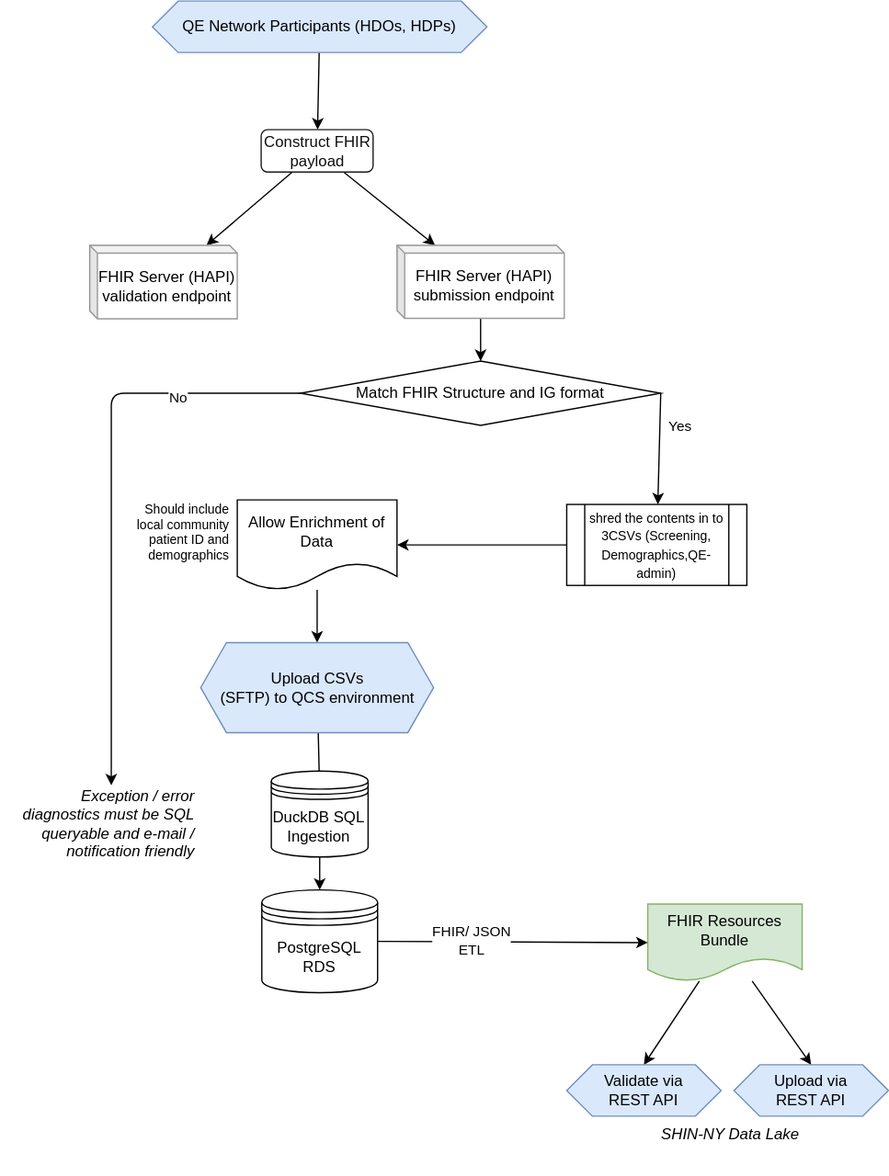
Earlier version of the draw.io export support/docs/fhir-expanded.drawio.svg (qe-collaborative-services/1115-hub). Source tidied: cells renumbered, new cells last; positions are measured from the earlier drawing's top-left corner, leaving out a move shared by most shapes.
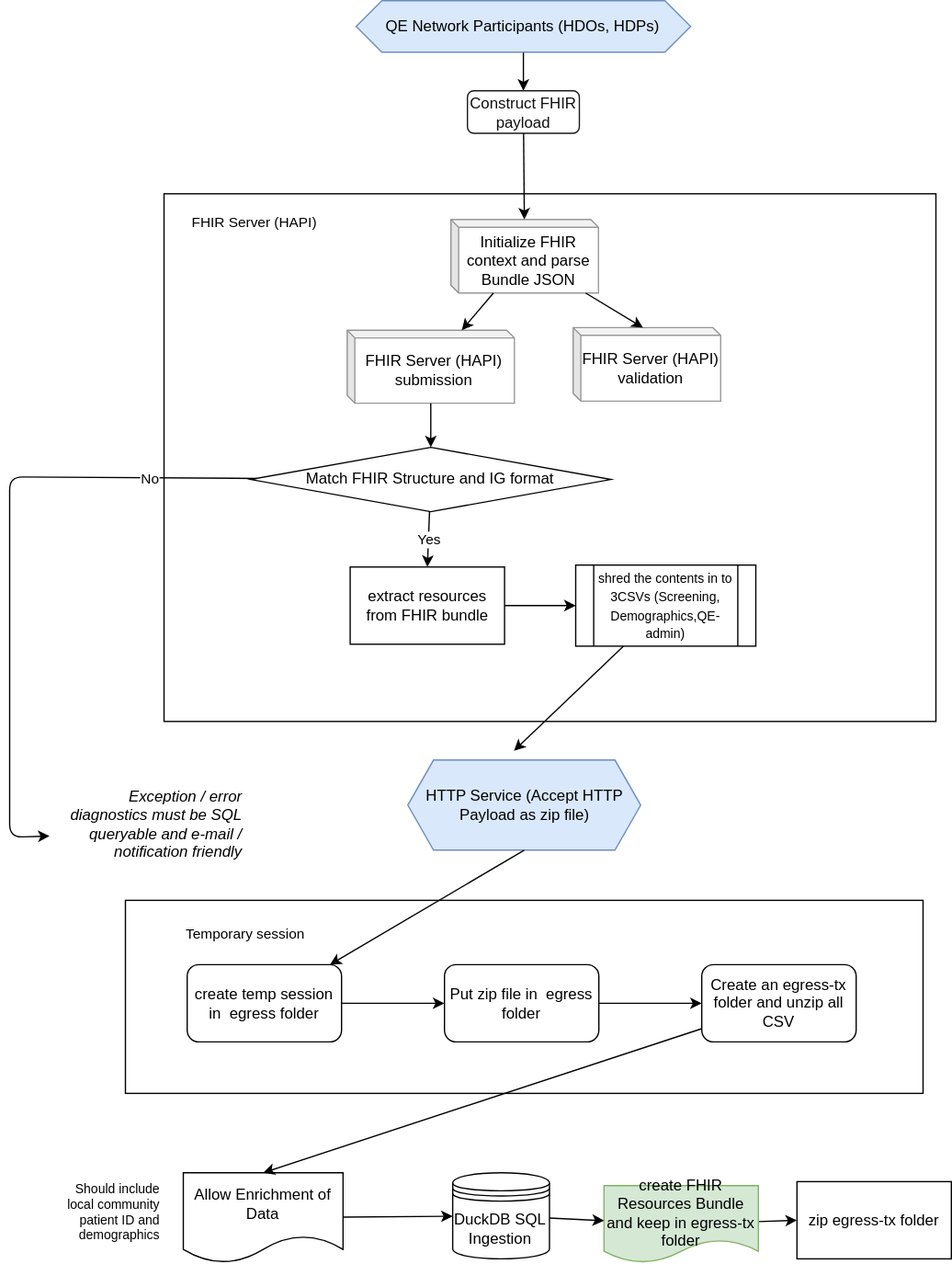
Above is the later version.

Commit message:
docs: update diagrams and expand FHIR flow

Change to the diagram source:
```diff
@@ -2,114 +2,133 @@
   <root>
     <mxCell id="0" />
     <mxCell id="1" parent="0" />
-    <mxCell id="2" style="edgeStyle=none;html=1;entryX=0.5;entryY=0;entryDx=0;entryDy=0;fontColor=#000000;" parent="1" edge="1" source="4" target="8">
-      <mxGeometry relative="1" as="geometry" />
-    </mxCell>
-    <mxCell id="3" style="edgeStyle=none;html=1;entryX=0.5;entryY=0;entryDx=0;entryDy=0;strokeColor=#000000;fontColor=#999999;" parent="1" edge="1" source="4" target="14">
-      <mxGeometry relative="1" as="geometry" />
-    </mxCell>
+    <mxCell id="34" style="edgeStyle=none;html=1;entryX=0;entryY=0.5;entryDx=0;entryDy=0;" parent="1" edge="1" source="4" target="55">
+      <mxGeometry relative="1" as="geometry" />
+    </mxCell>
-    <mxCell id="4" value="FHIR Resources Bundle" style="shape=document;whiteSpace=wrap;html=1;boundedLbl=1;fillColor=#d5e8d4;strokeColor=#82b366;" parent="1" vertex="1">
-      <mxGeometry x="503" y="702.3" width="120" height="60" as="geometry" />
+    <mxCell id="4" value="create FHIR Resources Bundle and keep in egress-tx folder" style="shape=document;whiteSpace=wrap;html=1;boundedLbl=1;fillColor=#d5e8d4;strokeColor=#82b366;" parent="1" vertex="1">
+      <mxGeometry x="422" y="900.7" width="120" height="60" as="geometry" />
     </mxCell>
-    <mxCell id="5" style="edgeStyle=none;html=1;entryX=0;entryY=0.5;entryDx=0;entryDy=0;fontColor=#000000;exitX=1;exitY=0.5;exitDx=0;exitDy=0;" parent="1" edge="1" source="7" target="4">
-      <mxGeometry relative="1" as="geometry" />
-    </mxCell>
-    <mxCell id="6" value="FHIR/ JSON&lt;br&gt;ETL" style="edgeLabel;html=1;align=center;verticalAlign=middle;fontColor=#000000;" parent="5" vertex="1">
-      <mxGeometry x="-0.53" y="-2" relative="1" as="geometry">
-        <mxPoint x="23" y="-3" as="offset" />
-      </mxGeometry>
-    </mxCell>
-    <mxCell id="7" value="PostgreSQL RDS" style="shape=datastore;whiteSpace=wrap;html=1;" parent="1" vertex="1">
-      <mxGeometry x="203" y="691.3" width="90" height="80" as="geometry" />
-    </mxCell>
-    <mxCell id="8" value="Validate via&lt;br&gt;REST API" style="shape=hexagon;perimeter=hexagonPerimeter2;whiteSpace=wrap;html=1;fixedSize=1;fillColor=#dae8fc;strokeColor=#6c8ebf;" parent="1" vertex="1">
-      <mxGeometry x="440" y="827.3" width="120" height="40" as="geometry" />
-    </mxCell>
-    <mxCell id="9" style="edgeStyle=none;html=1;" parent="1" edge="1" source="10" target="19">
-      <mxGeometry relative="1" as="geometry" />
-    </mxCell>
-    <mxCell id="10" value="Allow Enrichment of Data" style="shape=document;whiteSpace=wrap;html=1;boundedLbl=1;" parent="1" vertex="1">
-      <mxGeometry x="183.9" y="388" width="124.2" height="70" as="geometry" />
-    </mxCell>
-    <mxCell id="11" style="edgeStyle=none;html=1;fontColor=#000000;" parent="1" edge="1" target="7">
-      <mxGeometry relative="1" as="geometry">
-        <mxPoint x="248" y="646.3" as="sourcePoint" />
-      </mxGeometry>
-    </mxCell>
     <mxCell id="12" style="edgeStyle=none;html=1;" parent="1" edge="1" source="13" target="22">
       <mxGeometry relative="1" as="geometry" />
     </mxCell>
     <mxCell id="13" value="QE Network Participants (HDOs, HDPs)" style="shape=hexagon;perimeter=hexagonPerimeter2;whiteSpace=wrap;html=1;fixedSize=1;fillColor=#dae8fc;strokeColor=#6c8ebf;" parent="1" vertex="1">
-      <mxGeometry x="118" width="260" height="40" as="geometry" />
+      <mxGeometry x="229.4" y="-20" width="260" height="40" as="geometry" />
     </mxCell>
-    <mxCell id="14" value="Upload via&lt;br&gt;REST API" style="shape=hexagon;perimeter=hexagonPerimeter2;whiteSpace=wrap;html=1;fixedSize=1;fillColor=#dae8fc;strokeColor=#6c8ebf;" parent="1" vertex="1">
-      <mxGeometry x="570" y="827.3" width="120" height="40" as="geometry" />
-    </mxCell>
     <mxCell id="15" value="&lt;span style=&quot;&quot;&gt;Exception / error diagnostics must be SQL queryable and e-mail / notification friendly&lt;/span&gt;" style="text;html=1;strokeColor=none;fillColor=none;align=right;verticalAlign=middle;whiteSpace=wrap;rounded=0;fontStyle=2;" parent="1" vertex="1">
-      <mxGeometry y="610" width="153" height="60" as="geometry" />
+      <mxGeometry x="-10" y="590" width="153" height="60" as="geometry" />
     </mxCell>
+    <mxCell id="19" value="HTTP Service (Accept HTTP Payload as zip file)" style="shape=hexagon;perimeter=hexagonPerimeter2;whiteSpace=wrap;html=1;fixedSize=1;fillColor=#dae8fc;strokeColor=#6c8ebf;" parent="1" vertex="1">
+      <mxGeometry x="269.5" y="570" width="181" height="70" as="geometry" />
+    </mxCell>
+    <mxCell id="22" value="&lt;font color=&quot;#100f0f&quot;&gt;Construct FHIR payload&lt;/font&gt;" style="rounded=1;whiteSpace=wrap;html=1;fontColor=#999999;strokeColor=#1d1b1b;" parent="1" vertex="1">
+      <mxGeometry x="315.9" y="50" width="87" height="33" as="geometry" />
+    </mxCell>
+    <mxCell id="35" style="html=1;whiteSpace=wrap;" parent="1" vertex="1">
+      <mxGeometry x="80" y="130" width="600" height="410" as="geometry" />
+    </mxCell>
+    <mxCell id="28" value="&lt;font color=&quot;#000000&quot;&gt;FHIR Server (HAPI) submission&lt;/font&gt;" style="shape=cube;whiteSpace=wrap;html=1;boundedLbl=1;backgroundOutline=1;darkOpacity=0.05;darkOpacity2=0.1;strokeColor=#999999;fontColor=#999999;size=6;" parent="35" vertex="1">
+      <mxGeometry x="142.3" y="106" width="130" height="56.8" as="geometry" />
+    </mxCell>
+    <mxCell id="23" value="&lt;font color=&quot;#000000&quot;&gt;FHIR Server (HAPI) validation&lt;/font&gt;" style="shape=cube;whiteSpace=wrap;html=1;boundedLbl=1;backgroundOutline=1;darkOpacity=0.05;darkOpacity2=0.1;strokeColor=#999999;fontColor=#999999;size=6;" parent="35" vertex="1">
+      <mxGeometry x="318" y="104" width="114.7" height="57.1" as="geometry" />
+    </mxCell>
+    <mxCell id="31" value="Match FHIR Structure and IG format" style="rhombus;whiteSpace=wrap;html=1;" parent="35" vertex="1">
+      <mxGeometry x="67.3" y="197" width="280" height="50" as="geometry" />
+    </mxCell>
+    <mxCell id="27" style="edgeStyle=none;html=1;" parent="35" edge="1" source="28" target="31">
+      <mxGeometry relative="1" as="geometry" />
+    </mxCell>
+    <mxCell id="25" value="&lt;span style=&quot;font-size: 10px; text-align: right;&quot;&gt;shred the contents in to 3CSVs (Screening, Demographics,QE-admin)&lt;/span&gt;" style="shape=process;whiteSpace=wrap;html=1;backgroundOutline=1;" parent="35" vertex="1">
+      <mxGeometry x="320" y="288.5" width="140" height="63" as="geometry" />
+    </mxCell>
+    <mxCell id="33" value="Yes" style="edgeStyle=none;html=1;entryX=0.5;entryY=0;entryDx=0;entryDy=0;" parent="35" edge="1" source="31" target="38">
+      <mxGeometry relative="1" as="geometry" />
+    </mxCell>
+    <mxCell id="36" value="FHIR Server (HAPI)" style="edgeLabel;html=1;align=center;verticalAlign=middle;fontColor=#000000;" parent="35" vertex="1">
+      <mxGeometry x="-10" y="300" as="geometry">
+        <mxPoint x="80" y="-278" as="offset" />
+      </mxGeometry>
+    </mxCell>
+    <mxCell id="37" style="edgeStyle=none;html=1;" parent="35" edge="1" source="38" target="25">
+      <mxGeometry relative="1" as="geometry" />
+    </mxCell>
+    <mxCell id="38" value="extract resources from FHIR bundle" style="rounded=0;whiteSpace=wrap;html=1;" parent="35" vertex="1">
+      <mxGeometry x="144.7" y="290" width="120" height="60" as="geometry" />
+    </mxCell>
+    <mxCell id="39" value="&lt;font color=&quot;#000000&quot;&gt;Initialize FHIR context and parse Bundle JSON&lt;/font&gt;" style="shape=cube;whiteSpace=wrap;html=1;boundedLbl=1;backgroundOutline=1;darkOpacity=0.05;darkOpacity2=0.1;strokeColor=#999999;fontColor=#999999;size=6;" parent="35" vertex="1">
+      <mxGeometry x="223" y="20" width="114.7" height="57.1" as="geometry" />
+    </mxCell>
+    <mxCell id="40" style="edgeStyle=none;html=1;entryX=0;entryY=0;entryDx=54.35;entryDy=0;entryPerimeter=0;" parent="35" edge="1" source="39" target="23">
+      <mxGeometry relative="1" as="geometry" />
+    </mxCell>
+    <mxCell id="41" style="edgeStyle=none;html=1;" parent="35" edge="1" source="39" target="28">
+      <mxGeometry relative="1" as="geometry" />
+    </mxCell>
+    <mxCell id="42" style="edgeStyle=none;html=1;entryX=0.007;entryY=0.65;entryDx=0;entryDy=0;entryPerimeter=0;" parent="1" edge="1" source="31" target="15">
+      <mxGeometry relative="1" as="geometry">
+        <Array as="points">
+          <mxPoint x="-40" y="350" />
+          <mxPoint x="-40" y="630" />
+        </Array>
+      </mxGeometry>
+    </mxCell>
+    <mxCell id="30" value="No" style="edgeLabel;html=1;align=center;verticalAlign=middle;" parent="42" vertex="1">
+      <mxGeometry x="-0.67" y="1" relative="1" as="geometry" />
+    </mxCell>
+    <mxCell id="43" style="edgeStyle=none;html=1;entryX=0.556;entryY=-0.029;entryDx=0;entryDy=0;entryPerimeter=0;" parent="1" edge="1" source="25">
+      <mxGeometry relative="1" as="geometry">
+        <mxPoint x="352" y="562.8" as="targetPoint" />
+      </mxGeometry>
+    </mxCell>
+    <mxCell id="44" style="edgeStyle=none;html=1;" parent="1" edge="1" source="22" target="39">
+      <mxGeometry relative="1" as="geometry" />
+    </mxCell>
+    <mxCell id="45" style="html=1;whiteSpace=wrap;" parent="1" vertex="1">
+      <mxGeometry x="50" y="679" width="620" height="150" as="geometry" />
+    </mxCell>
+    <mxCell id="46" value="Temporary session" style="edgeLabel;html=1;align=center;verticalAlign=middle;fontColor=#000000;" parent="45" vertex="1">
+      <mxGeometry x="350" y="408.5" as="geometry">
+        <mxPoint x="-257" y="-383" as="offset" />
+      </mxGeometry>
+    </mxCell>
+    <mxCell id="47" style="edgeStyle=none;html=1;" parent="45" edge="1" source="48" target="50">
+      <mxGeometry relative="1" as="geometry" />
+    </mxCell>
+    <mxCell id="48" value="create temp session in&amp;nbsp; egress folder&amp;nbsp;" style="rounded=1;whiteSpace=wrap;html=1;" parent="45" vertex="1">
+      <mxGeometry x="48" y="50" width="120" height="60" as="geometry" />
+    </mxCell>
+    <mxCell id="49" style="edgeStyle=none;html=1;" parent="45" edge="1" source="50" target="51">
+      <mxGeometry relative="1" as="geometry" />
+    </mxCell>
+    <mxCell id="50" value="Put zip file in&amp;nbsp; egress folder" style="whiteSpace=wrap;html=1;rounded=1;" parent="45" vertex="1">
+      <mxGeometry x="248" y="50" width="120" height="60" as="geometry" />
+    </mxCell>
+    <mxCell id="51" value="Create an egress-tx folder and unzip all CSV" style="whiteSpace=wrap;html=1;rounded=1;" parent="45" vertex="1">
+      <mxGeometry x="448" y="50" width="120" height="60" as="geometry" />
+    </mxCell>
+    <mxCell id="52" style="edgeStyle=none;html=1;" parent="1" edge="1" source="10" target="32">
+      <mxGeometry relative="1" as="geometry" />
+    </mxCell>
+    <mxCell id="10" value="Allow Enrichment of Data" style="shape=document;whiteSpace=wrap;html=1;boundedLbl=1;" parent="1" vertex="1">
+      <mxGeometry x="95" y="890.7" width="124.2" height="70" as="geometry" />
+    </mxCell>
     <mxCell id="16" value="Should include local community patient ID and demographics" style="text;html=1;strokeColor=none;fillColor=none;align=right;verticalAlign=middle;whiteSpace=wrap;rounded=0;fontColor=#000000;fontSize=10;" parent="1" vertex="1">
-      <mxGeometry x="93" y="373.1" width="87" height="79.7" as="geometry" />
+      <mxGeometry x="-8" y="881" width="87" height="79.7" as="geometry" />
     </mxCell>
-    <mxCell id="17" value="&lt;span style=&quot;&quot;&gt;SHIN-NY Data Lake&lt;/span&gt;" style="text;html=1;strokeColor=none;fillColor=none;align=right;verticalAlign=middle;whiteSpace=wrap;rounded=0;fontStyle=2;" parent="1" vertex="1">
-      <mxGeometry x="470" y="852.3" width="153" height="60" as="geometry" />
-    </mxCell>
-    <mxCell id="18" style="edgeStyle=none;html=1;entryX=0.5;entryY=0;entryDx=0;entryDy=0;" parent="1" edge="1" source="19">
-      <mxGeometry relative="1" as="geometry">
-        <mxPoint x="248" y="616.3" as="targetPoint" />
-      </mxGeometry>
-    </mxCell>
-    <mxCell id="19" value="Upload CSVs&lt;br&gt;(SFTP) to QCS environment" style="shape=hexagon;perimeter=hexagonPerimeter2;whiteSpace=wrap;html=1;fixedSize=1;fillColor=#dae8fc;strokeColor=#6c8ebf;" parent="1" vertex="1">
-      <mxGeometry x="155.5" y="499" width="181" height="70" as="geometry" />
-    </mxCell>
-    <mxCell id="20" style="edgeStyle=none;html=1;" parent="1" edge="1" source="22" target="23">
-      <mxGeometry relative="1" as="geometry" />
-    </mxCell>
-    <mxCell id="21" style="edgeStyle=none;html=1;" parent="1" edge="1" source="22" target="28">
-      <mxGeometry relative="1" as="geometry" />
-    </mxCell>
-    <mxCell id="22" value="&lt;font color=&quot;#100f0f&quot;&gt;Construct FHIR payload&lt;/font&gt;" style="rounded=1;whiteSpace=wrap;html=1;fontColor=#999999;strokeColor=#1d1b1b;" parent="1" vertex="1">
-      <mxGeometry x="202.5" y="100" width="87" height="33" as="geometry" />
-    </mxCell>
-    <mxCell id="23" value="&lt;font color=&quot;#000000&quot;&gt;FHIR Server (HAPI) validation endpoint&lt;/font&gt;" style="shape=cube;whiteSpace=wrap;html=1;boundedLbl=1;backgroundOutline=1;darkOpacity=0.05;darkOpacity2=0.1;strokeColor=#999999;fontColor=#999999;size=6;" parent="1" vertex="1">
-      <mxGeometry x="69.2" y="190" width="114.7" height="57.1" as="geometry" />
-    </mxCell>
-    <mxCell id="24" style="edgeStyle=none;html=1;entryX=1;entryY=0.5;entryDx=0;entryDy=0;" parent="1" edge="1" source="25" target="10">
-      <mxGeometry relative="1" as="geometry" />
-    </mxCell>
-    <mxCell id="25" value="&lt;span style=&quot;font-size: 10px; text-align: right;&quot;&gt;shred the contents in to 3CSVs (Screening, Demographics,QE-admin)&lt;/span&gt;" style="shape=process;whiteSpace=wrap;html=1;backgroundOutline=1;" parent="1" vertex="1">
-      <mxGeometry x="440" y="391.5" width="140" height="63" as="geometry" />
-    </mxCell>
-    <mxCell id="26" style="edgeStyle=none;html=1;exitX=1;exitY=0.5;exitDx=0;exitDy=0;" parent="1" edge="1" source="31" target="25">
-      <mxGeometry relative="1" as="geometry" />
-    </mxCell>
-    <mxCell id="27" style="edgeStyle=none;html=1;entryX=0.5;entryY=0;entryDx=0;entryDy=0;" parent="1" edge="1" source="28" target="31">
-      <mxGeometry relative="1" as="geometry" />
-    </mxCell>
-    <mxCell id="28" value="&lt;font color=&quot;#000000&quot;&gt;FHIR Server (HAPI) submission endpoint&lt;/font&gt;" style="shape=cube;whiteSpace=wrap;html=1;boundedLbl=1;backgroundOutline=1;darkOpacity=0.05;darkOpacity2=0.1;strokeColor=#999999;fontColor=#999999;size=6;" parent="1" vertex="1">
-      <mxGeometry x="308.1" y="190" width="130" height="56.8" as="geometry" />
-    </mxCell>
-    <mxCell id="29" style="edgeStyle=none;html=1;exitX=0;exitY=0.5;exitDx=0;exitDy=0;" parent="1" edge="1" source="31">
-      <mxGeometry relative="1" as="geometry">
-        <mxPoint x="86" y="610" as="targetPoint" />
-        <Array as="points">
-          <mxPoint x="86" y="305" />
-        </Array>
-      </mxGeometry>
-    </mxCell>
-    <mxCell id="30" value="No&lt;br&gt;" style="edgeLabel;html=1;align=center;verticalAlign=middle;" parent="29" vertex="1">
-      <mxGeometry x="-0.57" y="3" relative="1" as="geometry" />
-    </mxCell>
-    <mxCell id="31" value="Match FHIR Structure and IG format" style="rhombus;whiteSpace=wrap;html=1;" parent="1" vertex="1">
-      <mxGeometry x="233.1" y="280" width="280" height="50" as="geometry" />
-    </mxCell>
+    <mxCell id="53" style="edgeStyle=none;html=1;entryX=0.5;entryY=0;entryDx=0;entryDy=0;" parent="1" edge="1" source="51" target="10">
+      <mxGeometry relative="1" as="geometry" />
+    </mxCell>
+    <mxCell id="54" style="edgeStyle=none;html=1;exitX=0.5;exitY=1;exitDx=0;exitDy=0;" parent="1" edge="1" source="19" target="48">
+      <mxGeometry relative="1" as="geometry" />
+    </mxCell>
+    <mxCell id="55" value="zip egress-tx folder" style="rounded=0;whiteSpace=wrap;html=1;" parent="1" vertex="1">
+      <mxGeometry x="572" y="897.6" width="120" height="60" as="geometry" />
+    </mxCell>
+    <mxCell id="56" style="edgeStyle=none;html=1;" parent="1" edge="1" source="32" target="4">
+      <mxGeometry relative="1" as="geometry" />
+    </mxCell>
     <mxCell id="32" value="DuckDB SQL Ingestion" style="shape=datastore;whiteSpace=wrap;html=1;" parent="1" vertex="1">
-      <mxGeometry x="210.4" y="598.9" width="75.2" height="66.9" as="geometry" />
+      <mxGeometry x="304.4" y="890.7" width="75.2" height="66.9" as="geometry" />
     </mxCell>
-    <mxCell id="33" value="Yes" style="edgeLabel;html=1;align=center;verticalAlign=middle;" parent="1" vertex="1">
-      <mxGeometry x="169.1" y="318" as="geometry">
-        <mxPoint x="358" y="12" as="offset" />
-      </mxGeometry>
-    </mxCell>
   </root>
 </mxGraphModel>
```
